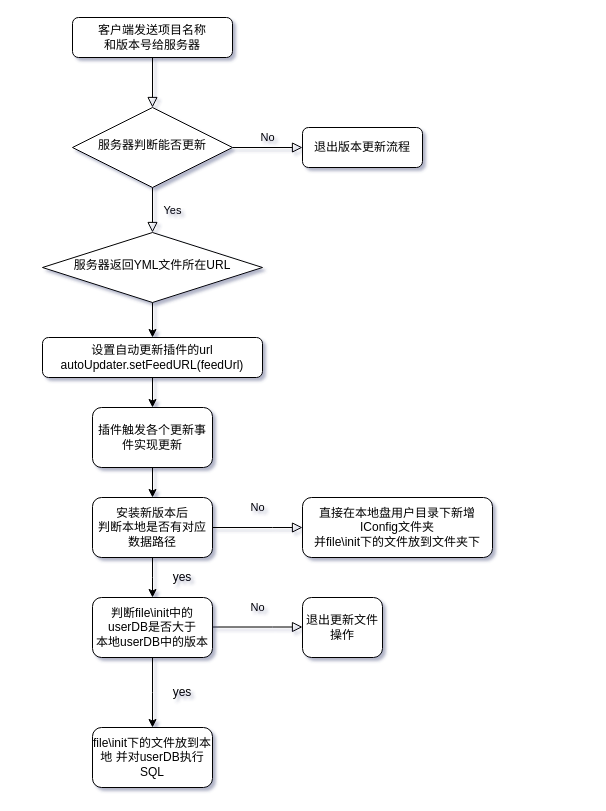
Earlier version of the draw.io diagram 流程图/app版本更新实现.drawio (bitbw/my-gallery). Source tidied: cells renumbered, new cells numbered last; positions are measured from the earlier drawing's top-left corner, leaving out a move shared by most shapes. Both pictures are drawn from the tidied source at 100%, with x=0, y=0 at pixel (42, 17).
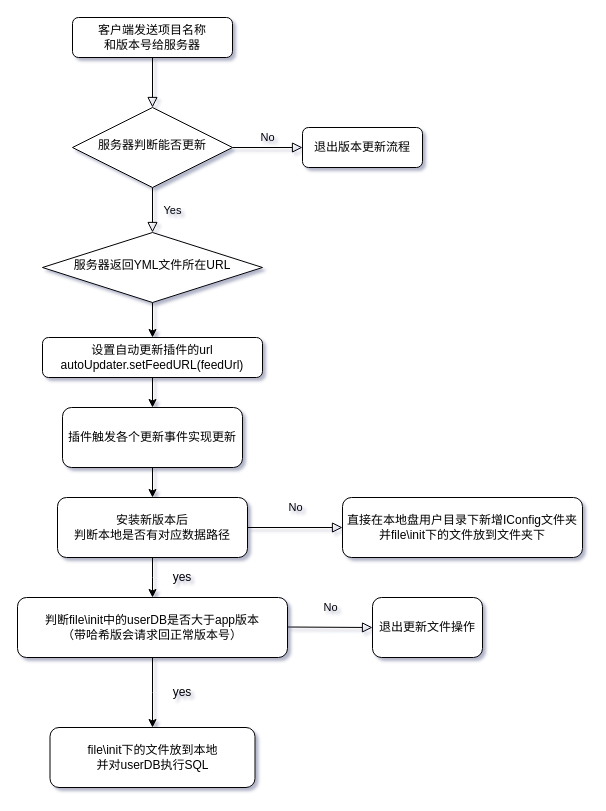
After the change.

Commit message:
更新app版本更新实现.drawio

Diff of the diagram source:
```diff
@@
     <mxCell id="13" value="插件触发各个更新事件实现更新" style="rounded=1;whiteSpace=wrap;html=1;" parent="1" vertex="1">
-      <mxGeometry x="50" y="390" width="120" height="60" as="geometry" />
+      <mxGeometry x="20" y="390" width="180" height="60" as="geometry" />
     </mxCell>
@@
     <mxCell id="15" value="安装新版本后&lt;br&gt;判断本地是否有对应数据路径" style="rounded=1;whiteSpace=wrap;html=1;" parent="1" vertex="1">
-      <mxGeometry x="50" y="480" width="120" height="60" as="geometry" />
+      <mxGeometry x="15" y="480" width="190" height="60" as="geometry" />
     </mxCell>
-    <mxCell id="16" value="No" style="edgeStyle=orthogonalEdgeStyle;rounded=0;html=1;jettySize=auto;fontSize=11;endArrow=block;endFill=0;endSize=8;strokeWidth=1;shadow=0;labelBackgroundColor=none;exitX=1;exitY=0.5;exitDx=0;exitDy=0;" parent="1" edge="1" source="15">
-      <mxGeometry y="20" relative="1" as="geometry">
-        <mxPoint x="260" y="510" as="targetPoint" />
-        <Array as="points">
-          <mxPoint x="230" y="510" />
-          <mxPoint x="230" y="510" />
-        </Array>
-      </mxGeometry>
+    <mxCell id="16" value="No" style="edgeStyle=orthogonalEdgeStyle;rounded=0;html=1;jettySize=auto;fontSize=11;endArrow=block;endFill=0;endSize=8;strokeWidth=1;shadow=0;labelBackgroundColor=none;exitX=1;exitY=0.5;exitDx=0;exitDy=0;entryX=0;entryY=0.5;entryDx=0;entryDy=0;" parent="1" edge="1" source="15" target="17">
+      <mxGeometry y="20" relative="1" as="geometry" />
     </mxCell>
     <mxCell id="17" value="直接在本地盘用户目录下新增IConfig文件夹&lt;br&gt;并file\init下的文件放到文件夹下" style="rounded=1;whiteSpace=wrap;html=1;" parent="1" vertex="1">
-      <mxGeometry x="260" y="480" width="190" height="60" as="geometry" />
+      <mxGeometry x="300" y="480" width="240" height="60" as="geometry" />
     </mxCell>
@@
-    <mxCell id="20" value="判断file\init中的userDB是否大于&lt;br&gt;本地userDB中的版本" style="rounded=1;whiteSpace=wrap;html=1;" parent="1" vertex="1">
-      <mxGeometry x="50" y="580" width="120" height="60" as="geometry" />
+    <mxCell id="20" value="判断file\init中的userDB是否大于app版本&lt;br&gt;（带哈希版会请求回正常版本号）" style="rounded=1;whiteSpace=wrap;html=1;" parent="1" vertex="1">
+      <mxGeometry x="-25" y="580" width="270" height="60" as="geometry" />
     </mxCell>
-    <mxCell id="21" value="No" style="edgeStyle=orthogonalEdgeStyle;rounded=0;html=1;jettySize=auto;orthogonalLoop=1;fontSize=11;endArrow=block;endFill=0;endSize=8;strokeWidth=1;shadow=0;labelBackgroundColor=none;exitX=1;exitY=0.5;exitDx=0;exitDy=0;" parent="1" edge="1">
+    <mxCell id="21" value="No" style="edgeStyle=orthogonalEdgeStyle;rounded=0;html=1;jettySize=auto;fontSize=11;endArrow=block;endFill=0;endSize=8;strokeWidth=1;shadow=0;labelBackgroundColor=none;exitX=1;exitY=0.5;exitDx=0;exitDy=0;entryX=0;entryY=0.5;entryDx=0;entryDy=0;" parent="1" edge="1" target="22">
       <mxGeometry y="20" relative="1" as="geometry">
-        <mxPoint x="170" y="609.5" as="sourcePoint" />
-        <mxPoint x="260" y="609.5" as="targetPoint" />
-        <Array as="points">
-          <mxPoint x="230" y="609.5" />
-          <mxPoint x="230" y="609.5" />
-        </Array>
+        <mxPoint x="245" y="609.5" as="sourcePoint" />
       </mxGeometry>
     </mxCell>
     <mxCell id="22" value="退出更新文件操作" style="rounded=1;whiteSpace=wrap;html=1;" parent="1" vertex="1">
-      <mxGeometry x="260" y="580" width="80" height="60" as="geometry" />
+      <mxGeometry x="330" y="580" width="110" height="60" as="geometry" />
     </mxCell>
@@
-    <mxCell id="24" value="&lt;span&gt;file\init下的文件放到本地 并对userDB执行SQL&lt;/span&gt;" style="rounded=1;whiteSpace=wrap;html=1;" parent="1" vertex="1">
-      <mxGeometry x="50" y="710" width="120" height="60" as="geometry" />
+    <mxCell id="24" value="&lt;span&gt;file\init下的文件放到本地 &lt;br&gt;并对userDB执行SQL&lt;/span&gt;" style="rounded=1;whiteSpace=wrap;html=1;" parent="1" vertex="1">
+      <mxGeometry x="7.5" y="710" width="205" height="60" as="geometry" />
     </mxCell>
```
